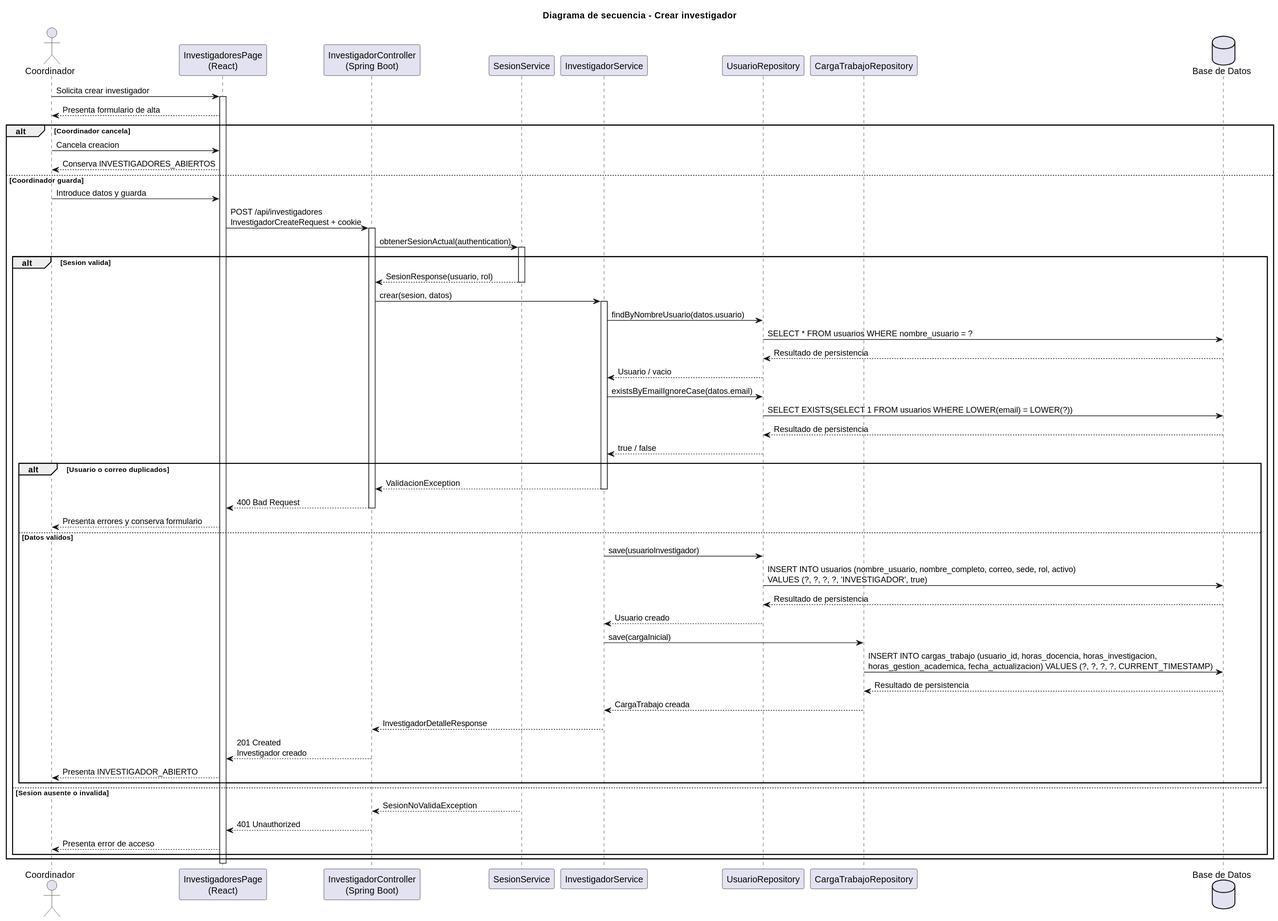
beatriizorozco/25-26-idsw2-sdVC keeps this PlantUML diagram as images/RUP/02-diseño/casos-uso/coordinador/crearInvestigador/secuencia.svg. Above is the earlier version.
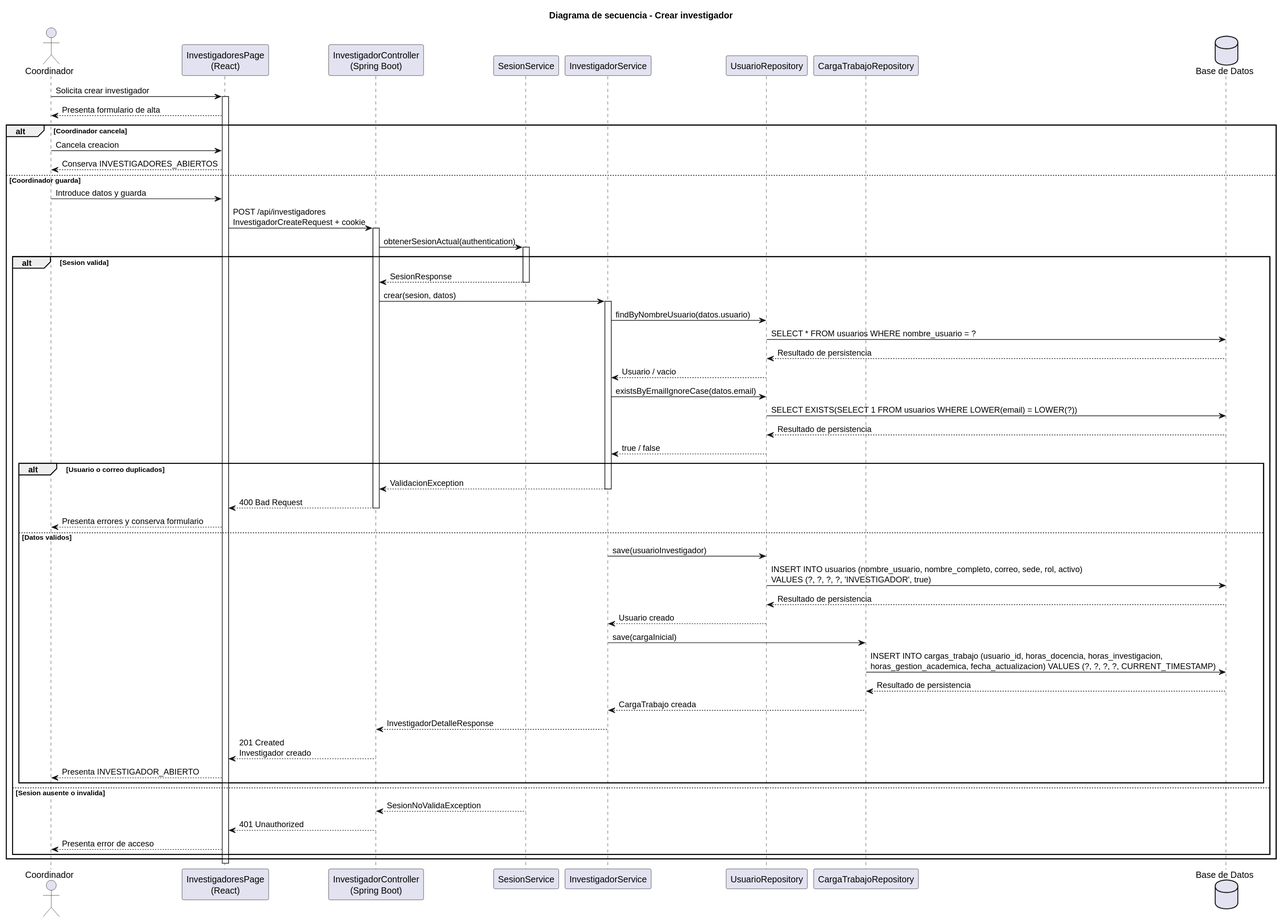
Above is the later version.

Diff of the diagram source:
```diff
@@ -23,7 +23,7 @@
     Api -> Sesion: obtenerSesionActual(authentication)
     activate Sesion
     alt Sesion valida
-        Sesion --> Api: SesionResponse(usuario, rol)
+        Sesion --> Api: SesionResponse
         deactivate Sesion
         Api -> Service: crear(sesion, datos)
         activate Service
```
